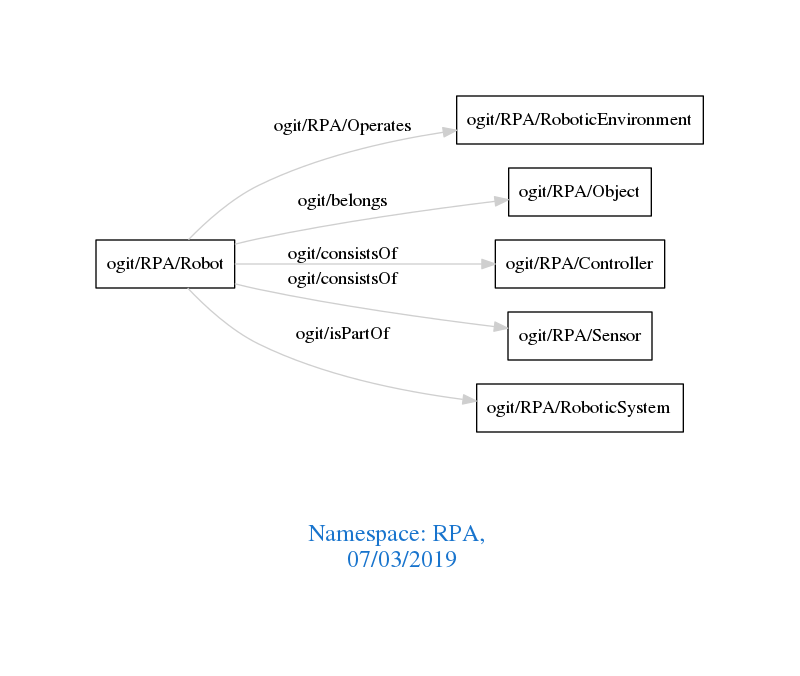
Earlier version of the Graphviz export downloads/RPA.png (arago/OGIT). Its source is kept beside it as downloads/RPA.dot.
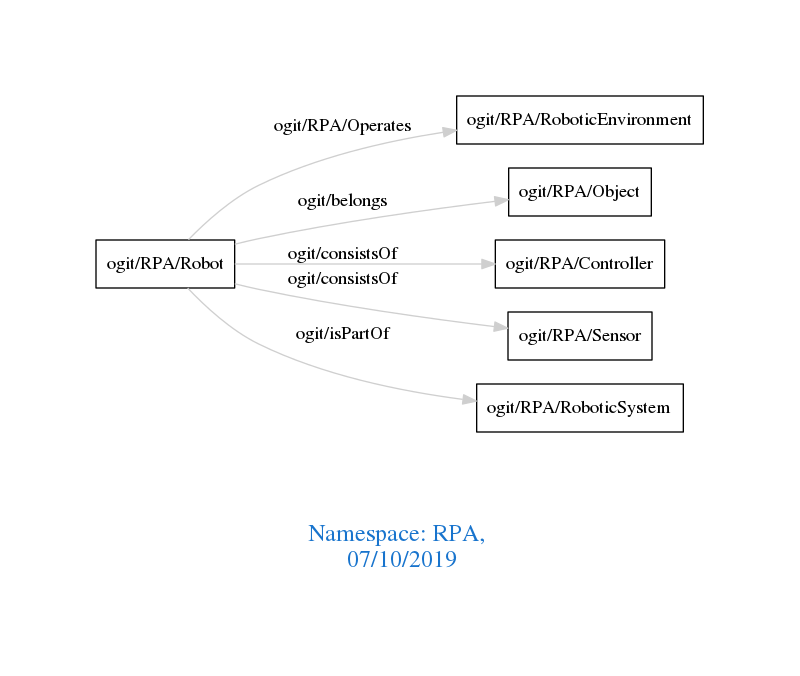
After the change.

The edit, as a diff of the source:
```diff
@@ -1,7 +1,7 @@
 digraph OGIT_ontology {
  graph [ rankdir= LR,pad=1
 fontsize = 18,
-fontcolor= dodgerblue3,label = "\n\n\nNamespace: RPA, \n 07/03/2019"];
+fontcolor= dodgerblue3,label = "\n\n\nNamespace: RPA, \n 07/10/2019"];
 node[shape=polygon];
 edge [  color="gray81"];
 
```
